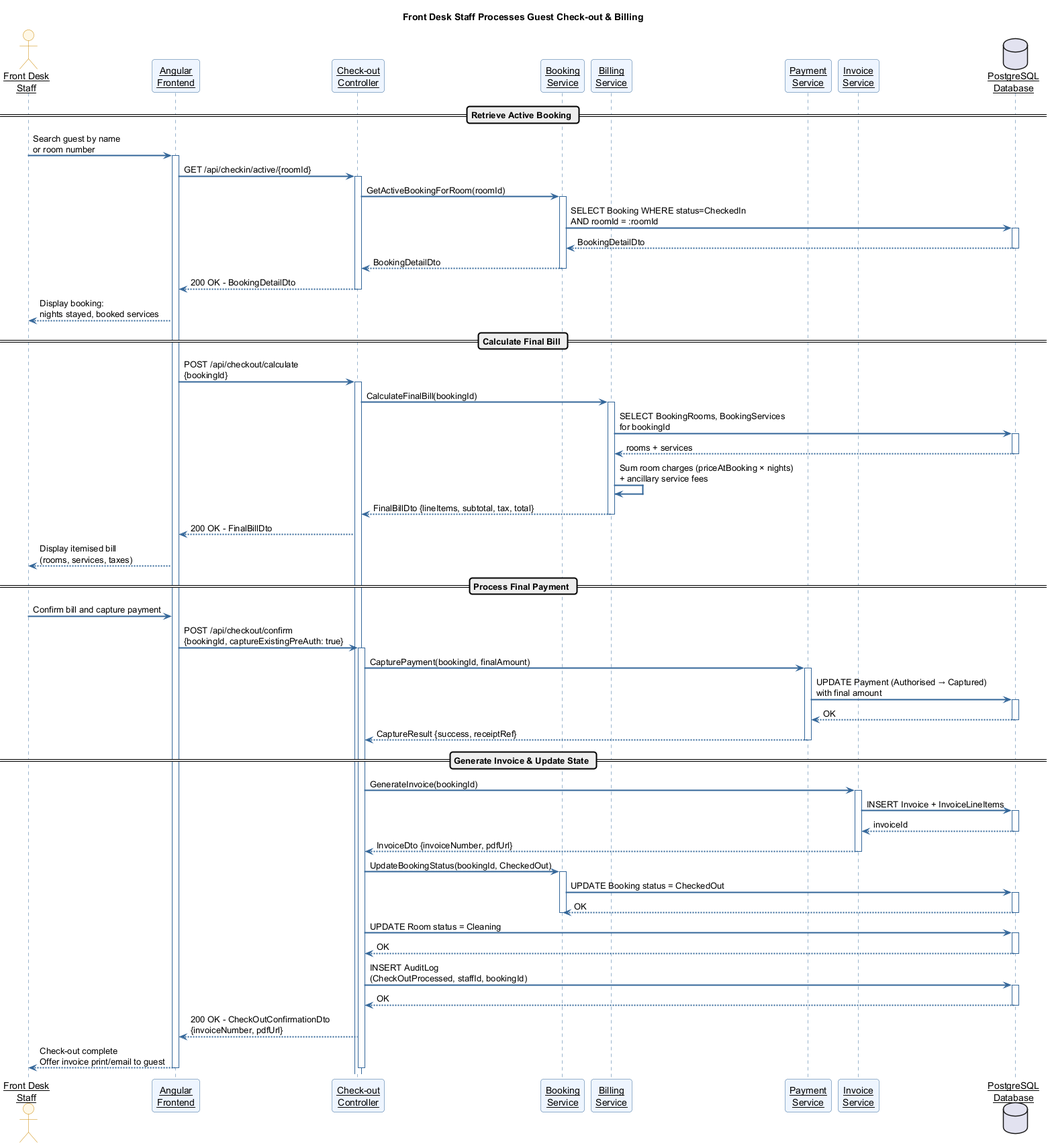
This is docs/diagrams/HMS_Seq_CheckOut.png from NewGate110/Hotel_Management_System, a PlantUML export, as it was before one commit.
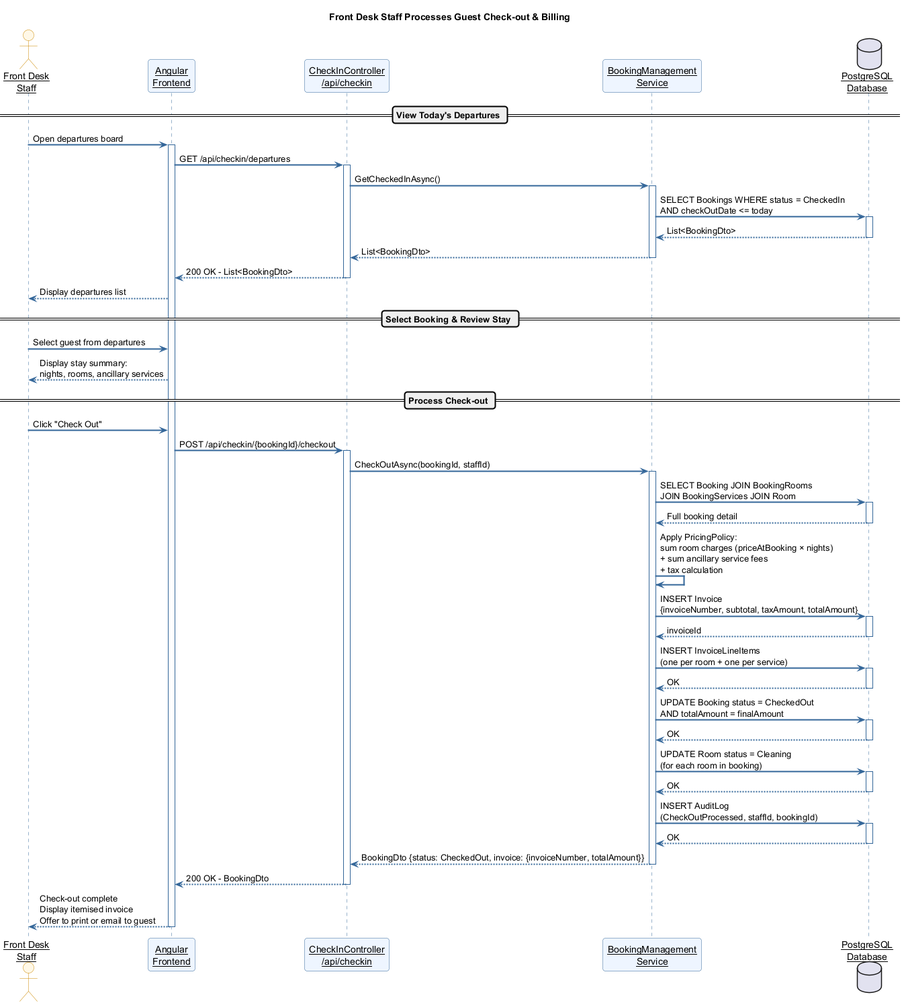
After the change.

Change to the diagram source:
```diff
@@ -16,99 +16,83 @@
 
 actor "Front Desk\nStaff" as S
 participant "Angular\nFrontend" as UI
-participant "Check-out\nController" as CC
-participant "Booking\nService" as BS
-participant "Billing\nService" as BLS
-participant "Payment\nService" as PS
-participant "Invoice\nService" as IS
+participant "CheckInController\n/api/checkin" as CC
+participant "BookingManagement\nService" as BS
 database "PostgreSQL\nDatabase" as DB
 
-== Retrieve Active Booking ==
+== View Today's Departures ==
 
-S -> UI : Search guest by name\nor room number
+S -> UI : Open departures board
 activate UI
 
-UI -> CC : GET /api/checkin/active/{roomId}
+UI -> CC : GET /api/checkin/departures
 activate CC
-CC -> BS : GetActiveBookingForRoom(roomId)
+CC -> BS : GetCheckedInAsync()
 activate BS
-BS -> DB : SELECT Booking WHERE status=CheckedIn\nAND roomId = :roomId
+BS -> DB : SELECT Bookings WHERE status = CheckedIn\nAND checkOutDate <= today
 activate DB
-DB --> BS : BookingDetailDto
+DB --> BS : List<BookingDto>
 deactivate DB
-BS --> CC : BookingDetailDto
+BS --> CC : List<BookingDto>
 deactivate BS
-CC --> UI : 200 OK - BookingDetailDto
+CC --> UI : 200 OK - List<BookingDto>
 deactivate CC
 
-UI --> S : Display booking:\nnights stayed, booked services
+UI --> S : Display departures list
 
-== Calculate Final Bill ==
+== Select Booking & Review Stay ==
 
-UI -> CC : POST /api/checkout/calculate\n{bookingId}
+S -> UI : Select guest from departures
+UI --> S : Display stay summary:\nnights, rooms, ancillary services
+
+== Process Check-out ==
+
+S -> UI : Click "Check Out"
+UI -> CC : POST /api/checkin/{bookingId}/checkout
 activate CC
 
-CC -> BLS : CalculateFinalBill(bookingId)
-activate BLS
-BLS -> DB : SELECT BookingRooms, BookingServices\nfor bookingId
+CC -> BS : CheckOutAsync(bookingId, staffId)
+activate BS
+
+BS -> DB : SELECT Booking JOIN BookingRooms\nJOIN BookingServices JOIN Room
 activate DB
-DB --> BLS : rooms + services
+DB --> BS : Full booking detail
 deactivate DB
-BLS -> BLS : Sum room charges (priceAtBooking × nights)\n+ ancillary service fees
-BLS --> CC : FinalBillDto {lineItems, subtotal, tax, total}
-deactivate BLS
 
-CC --> UI : 200 OK - FinalBillDto
-UI --> S : Display itemised bill\n(rooms, services, taxes)
+BS -> BS : Apply PricingPolicy:\nsum room charges (priceAtBooking × nights)\n+ sum ancillary service fees\n+ tax calculation
 
-== Process Final Payment ==
+BS -> DB : INSERT Invoice\n{invoiceNumber, subtotal, taxAmount, totalAmount}
+activate DB
+DB --> BS : invoiceId
+deactivate DB
 
-S -> UI : Confirm bill and capture payment
-UI -> CC : POST /api/checkout/confirm\n{bookingId, captureExistingPreAuth: true}
-activate CC
-
-CC -> PS : CapturePayment(bookingId, finalAmount)
-activate PS
-PS -> DB : UPDATE Payment (Authorised → Captured)\nwith final amount
-activate DB
-DB --> PS : OK
-deactivate DB
-PS --> CC : CaptureResult {success, receiptRef}
-deactivate PS
-
-== Generate Invoice & Update State ==
-
-CC -> IS : GenerateInvoice(bookingId)
-activate IS
-IS -> DB : INSERT Invoice + InvoiceLineItems
-activate DB
-DB --> IS : invoiceId
-deactivate DB
-IS --> CC : InvoiceDto {invoiceNumber, pdfUrl}
-deactivate IS
-
-CC -> BS : UpdateBookingStatus(bookingId, CheckedOut)
-activate BS
-BS -> DB : UPDATE Booking status = CheckedOut
+BS -> DB : INSERT InvoiceLineItems\n(one per room + one per service)
 activate DB
 DB --> BS : OK
 deactivate DB
+
+BS -> DB : UPDATE Booking status = CheckedOut\nAND totalAmount = finalAmount
+activate DB
+DB --> BS : OK
+deactivate DB
+
+BS -> DB : UPDATE Room status = Cleaning\n(for each room in booking)
+activate DB
+DB --> BS : OK
+deactivate DB
+
+BS -> DB : INSERT AuditLog\n(CheckOutProcessed, staffId, bookingId)
+activate DB
+DB --> BS : OK
+deactivate DB
+
+BS --> CC : BookingDto {status: CheckedOut, invoice: {invoiceNumber, totalAmount}}
 deactivate BS
 
-CC -> DB : UPDATE Room status = Cleaning
-activate DB
-DB --> CC : OK
-deactivate DB
+CC --> UI : 200 OK - BookingDto
+deactivate CC
 
-CC -> DB : INSERT AuditLog\n(CheckOutProcessed, staffId, bookingId)
-activate DB
-DB --> CC : OK
-deactivate DB
-
-CC --> UI : 200 OK - CheckOutConfirmationDto\n{invoiceNumber, pdfUrl}
-UI --> S : Check-out complete\nOffer invoice print/email to guest
-
-deactivate CC
+UI --> S : Check-out complete\nDisplay itemised invoice\nOffer to print or email to guest
 deactivate UI
 
 @enduml
```
